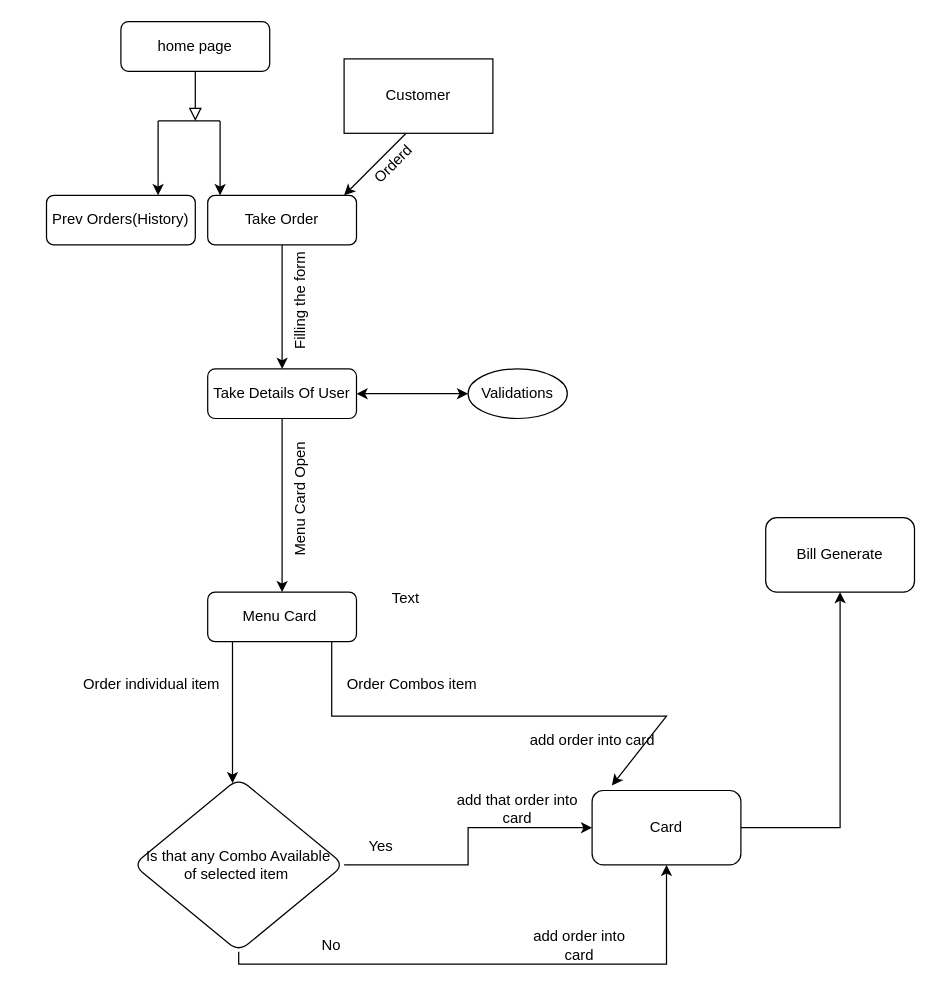
This is Untitled Diagram.drawio from abhishekdharamkar/abhishekdharamkar, a draw.io file, before an edit. Source tidied: cells renumbered, new cells numbered last; positions are measured from the earlier drawing's top-left corner, leaving out a move shared by most shapes. Both pictures are drawn from the tidied source at 124%, with x=0, y=0 at pixel (46, 21).
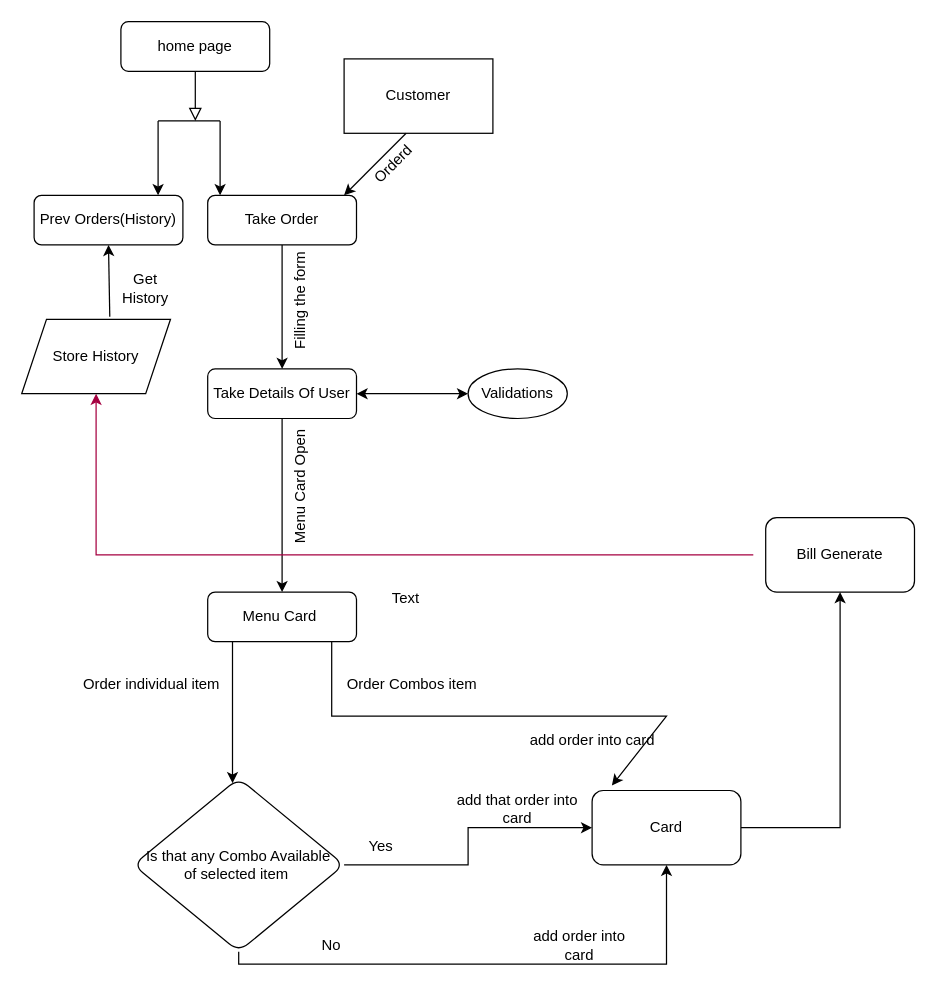
The same page after the edit.

Diff of the diagram source:
```diff
@@
     <mxCell id="7" value="Prev Orders(History)" style="rounded=1;whiteSpace=wrap;html=1;" parent="1" vertex="1">
-      <mxGeometry y="140" width="120" height="40" as="geometry" />
+      <mxGeometry x="-10" y="140" width="120" height="40" as="geometry" />
     </mxCell>
@@
     <mxCell id="18" value="Menu Card Open" style="text;html=1;strokeColor=none;fillColor=none;align=center;verticalAlign=middle;whiteSpace=wrap;rounded=0;rotation=-90;" parent="1" vertex="1">
-      <mxGeometry x="145" y="370" width="120" height="30" as="geometry" />
+      <mxGeometry x="145" y="360" width="120" height="30" as="geometry" />
     </mxCell>
@@
+    <mxCell id="37" style="endArrow=classic;html=1;rounded=0;fillColor=#d80073;strokeColor=#A50040;" parent="1" edge="1" target="38">
+      <mxGeometry relative="1" as="geometry">
+        <mxPoint x="570" y="430" as="sourcePoint" />
+        <Array as="points">
+          <mxPoint x="300" y="430" />
+          <mxPoint x="40" y="430" />
+        </Array>
+      </mxGeometry>
+    </mxCell>
+    <mxCell id="38" value="Store History" style="shape=parallelogram;perimeter=parallelogramPerimeter;whiteSpace=wrap;html=1;fixedSize=1;" parent="1" vertex="1">
+      <mxGeometry x="-20" y="240" width="120" height="60" as="geometry" />
+    </mxCell>
+    <mxCell id="39" style="endArrow=classic;html=1;rounded=0;entryX=0.5;entryY=1;entryDx=0;entryDy=0;exitX=0.592;exitY=-0.033;exitDx=0;exitDy=0;exitPerimeter=0;" parent="1" edge="1" source="38" target="7">
+      <mxGeometry relative="1" as="geometry" />
+    </mxCell>
+    <mxCell id="40" value="Get History" style="text;html=1;strokeColor=none;fillColor=none;align=center;verticalAlign=middle;whiteSpace=wrap;rounded=0;" parent="1" vertex="1">
+      <mxGeometry x="50" y="200" width="60" height="30" as="geometry" />
+    </mxCell>
```
